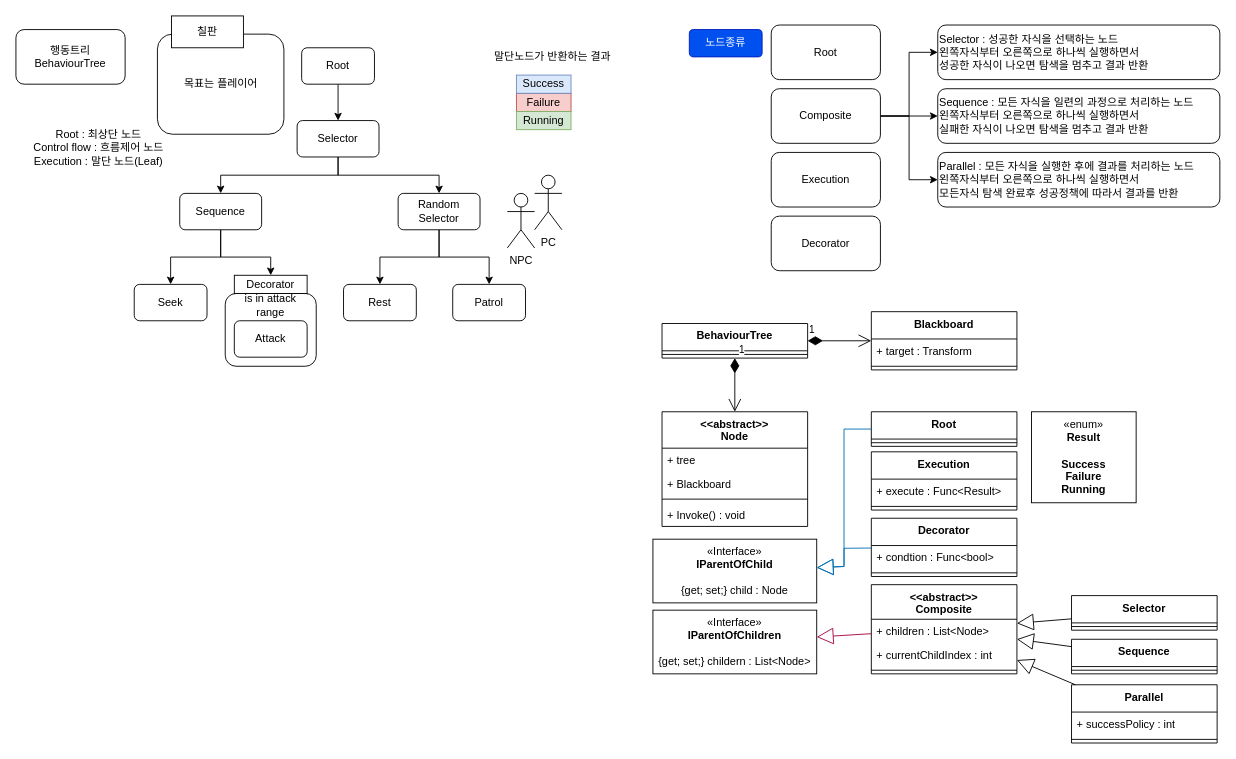
Above: BehaviourTree.drawio in luke-youngmin-cho/ETL_Unity10th (draw.io), before the change. Source tidied: cells renumbered, new cells numbered last; positions are measured from the earlier drawing's top-left corner, leaving out a move shared by most shapes. Both pictures are drawn from the tidied source at 91%, with x=0, y=0 at pixel (15, 15).
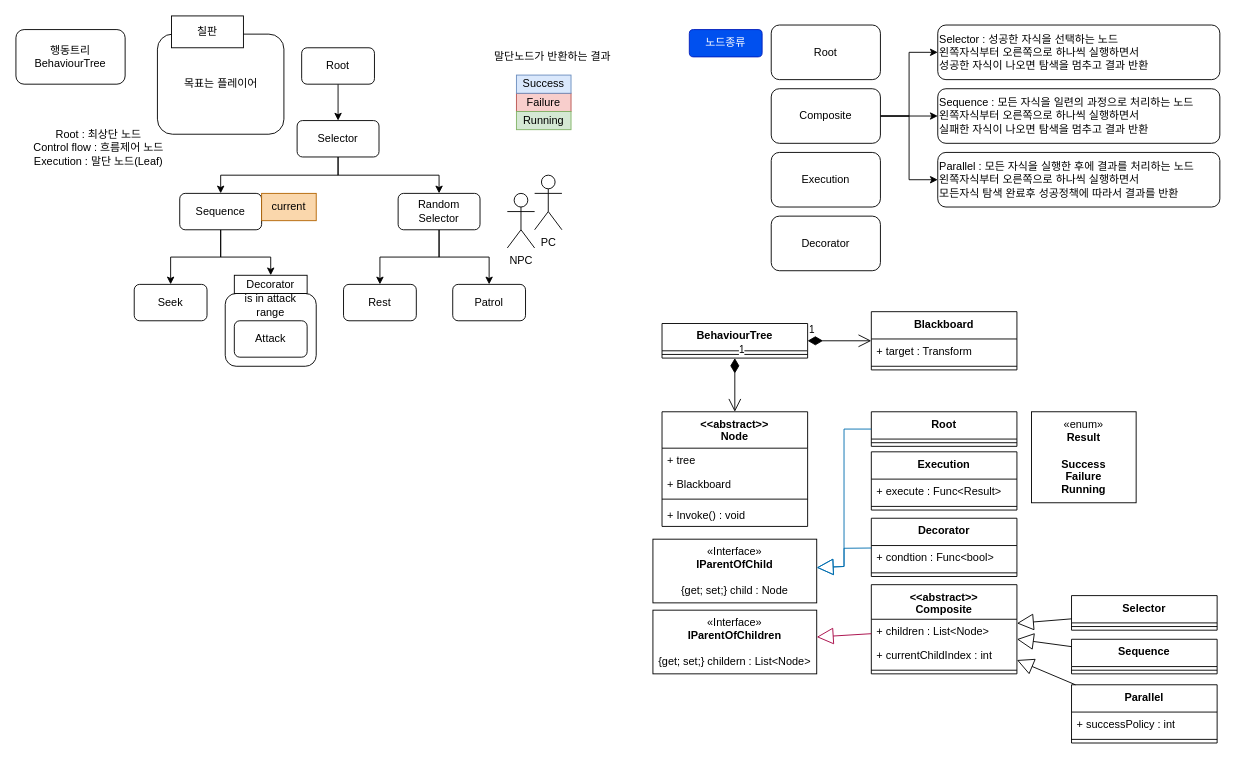
The same diagram, later.

What changed in the source:
```diff
@@
+    <mxCell id="81" value="current" style="text;html=1;align=center;verticalAlign=middle;whiteSpace=wrap;rounded=0;fillColor=#fad7ac;strokeColor=#b46504;" parent="1" vertex="1">
+      <mxGeometry x="270" y="195" width="60" height="30" as="geometry" />
+    </mxCell>
```
